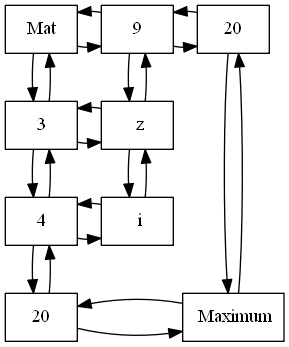
AdriGomez95/EDD_1S2020_PY1_201504236-master keeps this Graphviz diagram as Matriz.png. Above is the earlier version. Its source is kept beside it as Matriz.dot.
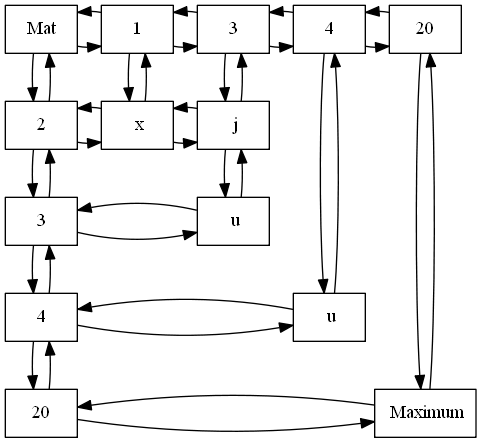
Above is the later version.

Diff of the diagram source:
```diff
@@ -1,37 +1,57 @@
 digraph Matriz {
  node[shape=box];
-"Mat""columna9"[label="9"];
+"Mat""columna1"[label="1"];
+"columna3"[label="3"];
+"columna4"[label="4"];
 "columna20"[label="20"];
+"fila2"[label="2"]
 "fila3"[label="3"]
 "fila4"[label="4"]
 "fila20"[label="20"]
-"nodo39"[label=" z"];
-"nodo49"[label=" i"];
+"nodo21"[label=" x"];
+"nodo23"[label=" j"];
+"nodo33"[label=" u"];
+"nodo44"[label=" u"];
 "nodo2020"[label=" Maximum"];
-{rank=min;"Mat";"columna9";"columna20";};
-{rank=same;"fila3";"nodo39";};
-{rank=same;"fila4";"nodo49";};
+{rank=min;"Mat";"columna1";"columna3";"columna4";"columna20";};
+{rank=same;"fila2";"nodo21";"nodo23";};
+{rank=same;"fila3";"nodo33";};
+{rank=same;"fila4";"nodo44";};
 {rank=same;"fila20";"nodo2020";};
-"fila3"->"nodo39"[constraint=false];
-"nodo39"->"fila3"[constraint=false];
-"fila4"->"nodo49"[constraint=false];
-"nodo49"->"fila4"[constraint=false];
+"fila2"->"nodo21"[constraint=false];
+"nodo21"->"fila2"[constraint=false];
+"nodo21"->"nodo23"[constraint=false];
+"nodo23"->"nodo21"[constraint=false];
+"fila3"->"nodo33"[constraint=false];
+"nodo33"->"fila3"[constraint=false];
+"fila4"->"nodo44"[constraint=false];
+"nodo44"->"fila4"[constraint=false];
 "fila20"->"nodo2020"[constraint=false];
 "nodo2020"->"fila20"[constraint=false];
-"Mat"->"columna9";
-"columna9"->"Mat";
-"columna9"->"columna20";
-"columna20"->"columna9"[constraint=false];
-"Mat"->"fila3"[rankdir=UD];
-"fila3"->"Mat";
+"Mat"->"columna1";
+"columna1"->"Mat";
+"columna1"->"columna3";
+"columna3"->"columna4";
+"columna4"->"columna20";
+"columna20"->"columna4"[constraint=false];
+"columna4"->"columna3"[constraint=false];
+"columna3"->"columna1"[constraint=false];
+"Mat"->"fila2"[rankdir=UD];
+"fila2"->"Mat";
+"fila2"->"fila3"[rankdir=UD];
 "fila3"->"fila4"[rankdir=UD];
 "fila4"->"fila20"[rankdir=UD];
 "fila20"->"fila4"[constraint=false];
 "fila4"->"fila3"[constraint=false];
-"columna9"->"nodo39"[rankdir=UD];
-"nodo39"->"columna9"[rankdir=UD];
-"nodo39"->"nodo49"[rankdir=UD];
-"nodo49"->"nodo39"[rankdir=UD];
+"fila3"->"fila2"[constraint=false];
+"columna1"->"nodo21"[rankdir=UD];
+"nodo21"->"columna1"[rankdir=UD];
+"columna3"->"nodo23"[rankdir=UD];
+"nodo23"->"columna3"[rankdir=UD];
+"nodo23"->"nodo33"[rankdir=UD];
+"nodo33"->"nodo23"[rankdir=UD];
+"columna4"->"nodo44"[rankdir=UD];
+"nodo44"->"columna4"[rankdir=UD];
 "columna20"->"nodo2020"[rankdir=UD];
 "nodo2020"->"columna20"[rankdir=UD];
 
```
